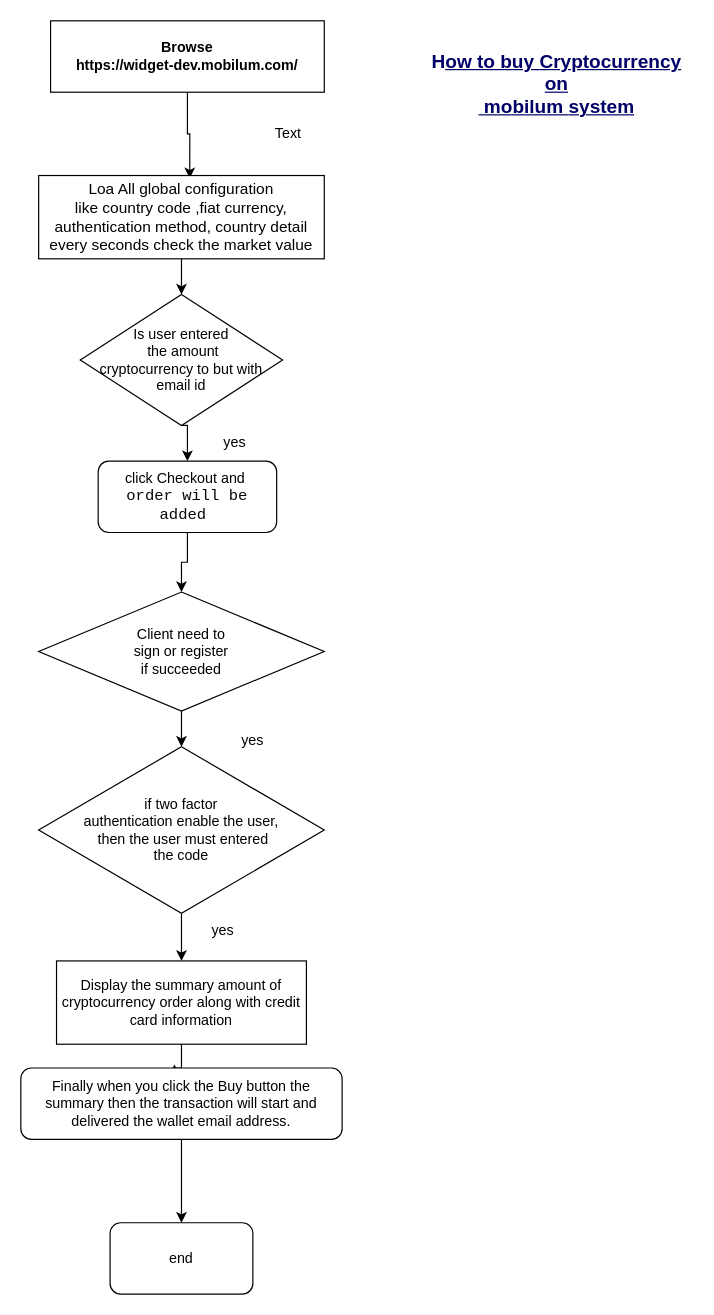
This is Untitled Diagram.drawio from addisalemtafere/fieldReporter, a draw.io file, before an edit. Source tidied: cells renumbered, new cells numbered last; positions are measured from the earlier drawing's top-left corner, leaving out a move shared by most shapes. Both pictures are drawn from the tidied source at 119%, with x=0, y=0 at pixel (20, 20).
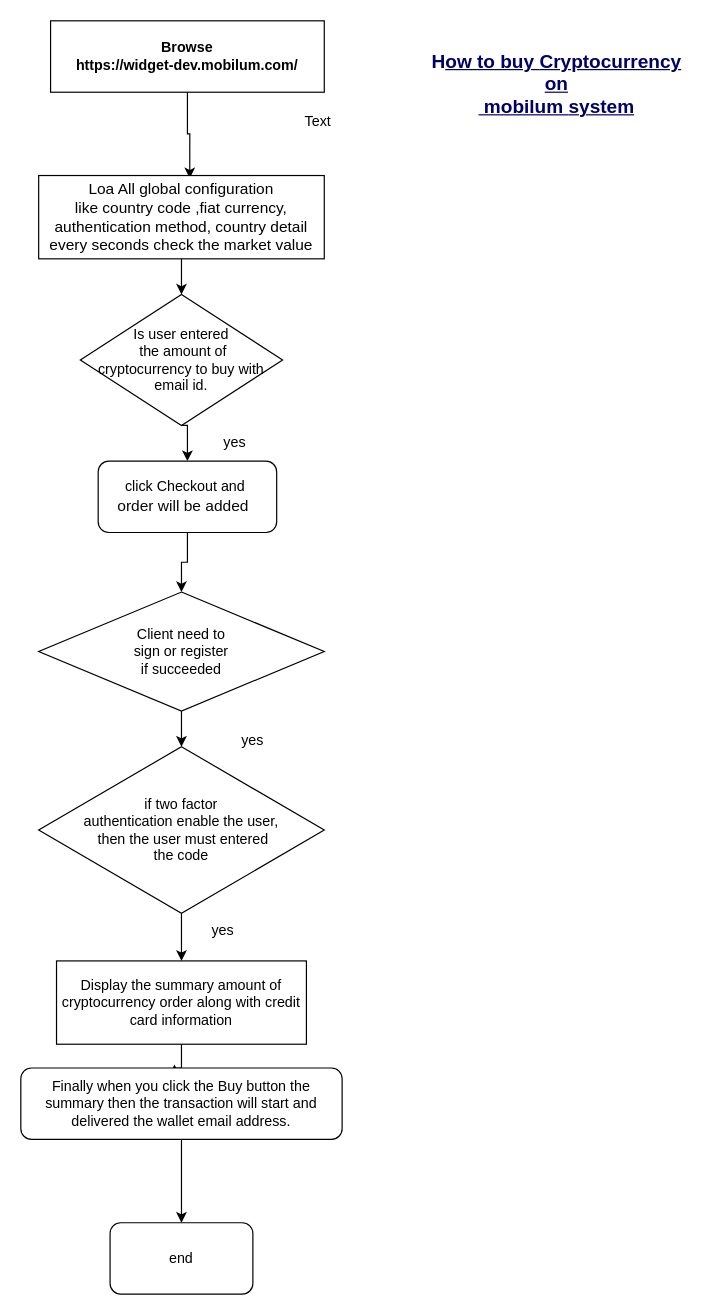
The same page after the edit.

Commit message:
moblium work flow

Change to the diagram source:
```diff
@@
-    <mxCell id="7" value="Is user entered&lt;br&gt;&amp;nbsp;the amount &lt;br&gt;cryptocurrency to but with email id" style="rhombus;whiteSpace=wrap;html=1;" parent="1" vertex="1">
+    <mxCell id="7" value="Is user entered&lt;br&gt;&amp;nbsp;the amount of&lt;br&gt;cryptocurrency to buy with email id." style="rhombus;whiteSpace=wrap;html=1;" parent="1" vertex="1">
       <mxGeometry x="50" y="230" width="170" height="110" as="geometry" />
     </mxCell>
@@
-    <mxCell id="9" value="click Checkout and&amp;nbsp;&lt;br&gt;&lt;font color=&quot;#080808&quot; face=&quot;Fira Code, monospace&quot;&gt;&lt;span style=&quot;font-size: 13.0667px ; background-color: rgb(255 , 255 , 255)&quot;&gt;order will be added&lt;/span&gt;&lt;/font&gt;&amp;nbsp;&amp;nbsp;" style="rounded=1;whiteSpace=wrap;html=1;" parent="1" vertex="1">
+    <mxCell id="9" value="click Checkout and&amp;nbsp;&lt;br&gt;&lt;font color=&quot;#080808&quot;&gt;&lt;span style=&quot;font-size: 13.0667px ; background-color: rgb(255 , 255 , 255)&quot;&gt;order will be added&lt;/span&gt;&lt;/font&gt;&amp;nbsp;&amp;nbsp;" style="rounded=1;whiteSpace=wrap;html=1;" parent="1" vertex="1">
       <mxGeometry x="65" y="370" width="150" height="60" as="geometry" />
     </mxCell>
@@
     <mxCell id="20" value="Text" style="text;html=1;strokeColor=none;fillColor=none;align=center;verticalAlign=middle;whiteSpace=wrap;rounded=0;fontFamily=Helvetica;" parent="1" vertex="1">
-      <mxGeometry x="195" y="80" width="60" height="30" as="geometry" />
+      <mxGeometry x="220" y="70" width="60" height="30" as="geometry" />
     </mxCell>
```
